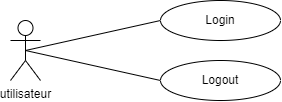
Earlier version of the draw.io export images_pfe/use_case_documents_sprint_1.png (PFE-Neoledge-2023/rapport). Source tidied: cells renumbered, new cells last; positions are measured from the earlier drawing's top-left corner, leaving out a move shared by most shapes. Its diagram source:
```xml
<mxGraphModel>
  <root>
    <mxCell id="0" />
    <mxCell id="1" parent="0" />
    <mxCell id="2" value="utilisateur" style="shape=umlActor;verticalLabelPosition=bottom;verticalAlign=top;html=1;outlineConnect=0;" parent="1" vertex="1">
      <mxGeometry y="20" width="30" height="60" as="geometry" />
    </mxCell>
    <mxCell id="3" style="endArrow=none;html=1;exitX=0.5;exitY=0.5;exitDx=0;exitDy=0;exitPerimeter=0;" parent="1" edge="1" source="2">
      <mxGeometry relative="1" as="geometry">
        <mxPoint x="150" y="20" as="targetPoint" />
      </mxGeometry>
    </mxCell>
    <mxCell id="4" style="endArrow=none;html=1;exitX=0.5;exitY=0.5;exitDx=0;exitDy=0;exitPerimeter=0;entryX=0;entryY=0.5;entryDx=0;entryDy=0;" parent="1" edge="1" source="2" target="7">
      <mxGeometry relative="1" as="geometry" />
    </mxCell>
    <mxCell id="5" style="group;" parent="1" vertex="1">
      <mxGeometry x="150" width="120" height="100" as="geometry" />
    </mxCell>
    <mxCell id="6" value="Login" style="ellipse;whiteSpace=wrap;html=1;" parent="5" vertex="1">
      <mxGeometry width="120" height="40" as="geometry" />
    </mxCell>
    <mxCell id="7" value="Logout" style="ellipse;whiteSpace=wrap;html=1;" parent="5" vertex="1">
      <mxGeometry y="60" width="120" height="40" as="geometry" />
    </mxCell>
  </root>
</mxGraphModel>
```
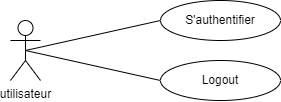
The same diagram one commit later.

Change to the diagram source:
```diff
@@ -16,7 +16,7 @@
     <mxCell id="5" style="group;" parent="1" vertex="1">
       <mxGeometry x="150" width="120" height="100" as="geometry" />
     </mxCell>
-    <mxCell id="6" value="Login" style="ellipse;whiteSpace=wrap;html=1;" parent="5" vertex="1">
+    <mxCell id="6" value="S'authentifier" style="ellipse;whiteSpace=wrap;html=1;" parent="5" vertex="1">
       <mxGeometry width="120" height="40" as="geometry" />
     </mxCell>
     <mxCell id="7" value="Logout" style="ellipse;whiteSpace=wrap;html=1;" parent="5" vertex="1">
```
